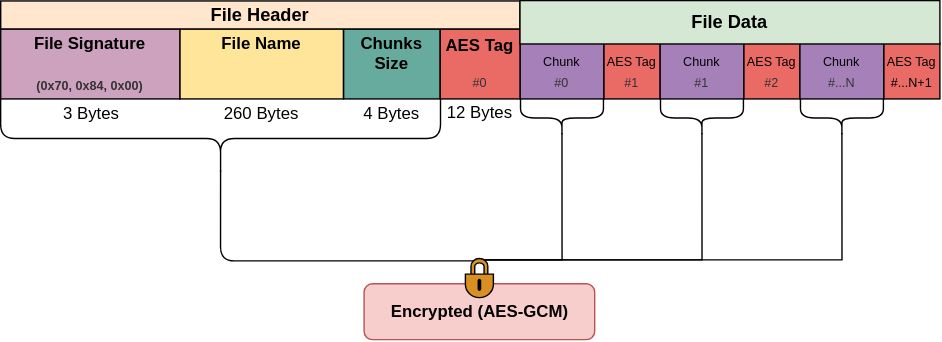
Earlier version of the draw.io export Resources/file-structure.svg (MichaelYochpaz/FileTransformer). Source tidied: cells renumbered, new cells last; positions are measured from the earlier drawing's top-left corner, leaving out a move shared by most shapes.
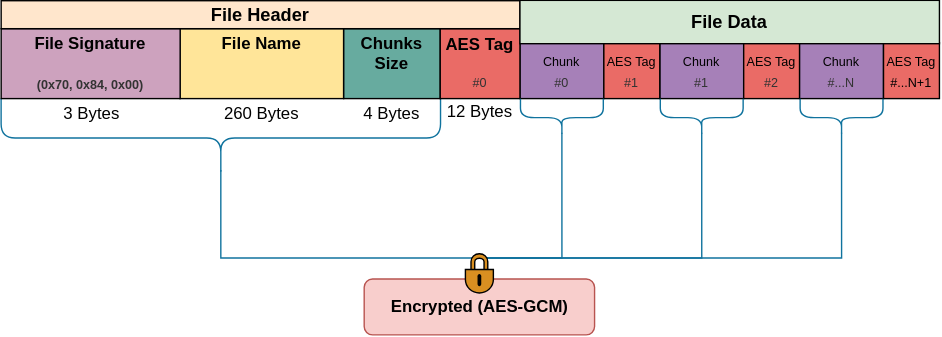
After the change.

Diff of the diagram source:
```diff
@@ -1,41 +1,28 @@
-<mxGraphModel>
+<mxGraphModel background="#FFFFFF">
   <root>
     <mxCell id="0" />
     <mxCell id="1" parent="0" />
-    <mxCell id="2" style="edgeStyle=orthogonalEdgeStyle;rounded=0;sketch=0;jettySize=auto;html=1;exitX=0.1;exitY=0.5;exitDx=0;exitDy=0;exitPerimeter=0;entryX=0.5;entryY=0;entryDx=0;entryDy=0;entryPerimeter=0;endArrow=none;endFill=0;strokeColor=#000000;fillColor=#F45B69;fontColor=#000000;" parent="1" edge="1" source="25">
-      <mxGeometry relative="1" as="geometry">
-        <mxPoint x="342" y="245" as="targetPoint" />
-        <Array as="points">
-          <mxPoint x="401" y="244" />
-          <mxPoint x="342" y="244" />
-        </Array>
-      </mxGeometry>
-    </mxCell>
+    <mxCell id="4" style="edgeStyle=orthogonalEdgeStyle;rounded=0;jettySize=auto;html=1;exitX=0.1;exitY=0.5;exitDx=0;exitDy=0;exitPerimeter=0;entryX=0.5;entryY=0;entryDx=0;entryDy=0;entryPerimeter=0;endArrow=none;endFill=0;fillColor=#b1ddf0;strokeColor=#10739e;" parent="1" edge="1" source="3" target="28">
+      <mxGeometry relative="1" as="geometry">
+        <Array as="points">
+          <mxPoint x="157" y="243" />
+        </Array>
+      </mxGeometry>
+    </mxCell>
-    <mxCell id="3" style="shape=curlyBracket;whiteSpace=wrap;html=1;rounded=1;rotation=-90;" parent="1" vertex="1">
+    <mxCell id="3" style="shape=curlyBracket;whiteSpace=wrap;html=1;rounded=1;rotation=-90;fillColor=#b1ddf0;strokeColor=#10739e;" parent="1" vertex="1">
       <mxGeometry x="128.6" y="0.1" width="57.1" height="314.2" as="geometry" />
     </mxCell>
-    <mxCell id="4" style="edgeStyle=orthogonalEdgeStyle;rounded=1;jumpStyle=none;jettySize=auto;html=1;exitX=0.1;exitY=0.5;exitDx=0;exitDy=0;exitPerimeter=0;entryX=0.5;entryY=0;entryDx=0;entryDy=0;entryPerimeter=0;endArrow=none;endFill=0;strokeColor=#000000;" parent="1" edge="1" source="3" target="28">
-      <mxGeometry relative="1" as="geometry">
-        <Array as="points">
-          <mxPoint x="206" y="244.8" />
-          <mxPoint x="300" y="244.8" />
-        </Array>
-      </mxGeometry>
-    </mxCell>
-    <mxCell id="5" value="Encrypted (AES-GCM)" style="rounded=1;whiteSpace=wrap;html=1;fillColor=#f8cecc;strokeColor=#b85450;fontStyle=1;" parent="1" vertex="1">
-      <mxGeometry x="259.6" y="261" width="164.8" height="40" as="geometry" />
-    </mxCell>
-    <mxCell id="6" style="edgeStyle=orthogonalEdgeStyle;rounded=0;sketch=0;jettySize=auto;html=1;exitX=0.1;exitY=0.5;exitDx=0;exitDy=0;exitPerimeter=0;entryX=0.5;entryY=0;entryDx=0;entryDy=0;entryPerimeter=0;strokeColor=#000000;fillColor=#F45B69;fontColor=#000000;endArrow=none;endFill=0;" parent="1" edge="1" source="24" target="28">
+    <mxCell id="6" style="edgeStyle=orthogonalEdgeStyle;rounded=0;sketch=0;jettySize=auto;html=1;exitX=0.1;exitY=0.5;exitDx=0;exitDy=0;exitPerimeter=0;entryX=0.5;entryY=0;entryDx=0;entryDy=0;entryPerimeter=0;strokeColor=#10739e;fillColor=#b1ddf0;fontColor=#000000;endArrow=none;endFill=0;" parent="1" edge="1" source="24" target="28">
       <mxGeometry relative="1" as="geometry">
         <Array as="points">
-          <mxPoint x="501" y="244" />
+          <mxPoint x="501" y="243" />
         </Array>
       </mxGeometry>
     </mxCell>
-    <mxCell id="7" style="edgeStyle=orthogonalEdgeStyle;rounded=0;sketch=0;jettySize=auto;html=1;exitX=0.1;exitY=0.5;exitDx=0;exitDy=0;exitPerimeter=0;entryX=0.5;entryY=0;entryDx=0;entryDy=0;entryPerimeter=0;strokeColor=#000000;fillColor=#F45B69;fontColor=#000000;endArrow=none;endFill=0;" parent="1" edge="1" source="23" target="28">
+    <mxCell id="7" style="edgeStyle=orthogonalEdgeStyle;rounded=0;sketch=0;jettySize=auto;html=1;exitX=0.1;exitY=0.5;exitDx=0;exitDy=0;exitPerimeter=0;entryX=0.5;entryY=0;entryDx=0;entryDy=0;entryPerimeter=0;strokeColor=#10739e;fillColor=#b1ddf0;fontColor=#000000;endArrow=none;endFill=0;" parent="1" edge="1" source="23" target="28">
       <mxGeometry relative="1" as="geometry">
         <Array as="points">
-          <mxPoint x="601" y="244" />
+          <mxPoint x="601" y="243" />
         </Array>
       </mxGeometry>
     </mxCell>
@@ -84,23 +71,36 @@
     <mxCell id="22" value="&lt;div&gt;&lt;font style=&quot;font-size: 9px&quot;&gt;AES Tag&lt;br&gt;&lt;font color=&quot;#333333&quot;&gt;#1&lt;/font&gt;&lt;br&gt;&lt;/font&gt;&lt;/div&gt;" style="rounded=0;whiteSpace=wrap;html=1;strokeWidth=1;fillColor=#EA6B66;" parent="8" vertex="1">
       <mxGeometry x="431" y="30.3" width="40" height="40" as="geometry" />
     </mxCell>
-    <mxCell id="23" style="shape=curlyBracket;whiteSpace=wrap;html=1;rounded=1;rotation=-90;" parent="8" vertex="1">
+    <mxCell id="23" style="shape=curlyBracket;whiteSpace=wrap;html=1;rounded=1;rotation=-90;fillColor=#b1ddf0;strokeColor=#10739e;" parent="8" vertex="1">
       <mxGeometry x="587.5" y="54.2" width="27" height="59.2" as="geometry" />
     </mxCell>
-    <mxCell id="24" style="shape=curlyBracket;whiteSpace=wrap;html=1;rounded=1;rotation=-90;" parent="8" vertex="1">
+    <mxCell id="24" style="shape=curlyBracket;whiteSpace=wrap;html=1;rounded=1;rotation=-90;fillColor=#b1ddf0;strokeColor=#10739e;" parent="8" vertex="1">
       <mxGeometry x="487.5" y="54.2" width="27" height="59.2" as="geometry" />
     </mxCell>
-    <mxCell id="25" style="shape=curlyBracket;whiteSpace=wrap;html=1;rounded=1;rotation=-90;" parent="8" vertex="1">
+    <mxCell id="25" style="shape=curlyBracket;whiteSpace=wrap;html=1;rounded=1;rotation=-90;fillColor=#b1ddf0;strokeColor=#10739e;" parent="8" vertex="1">
       <mxGeometry x="387.5" y="54.2" width="27" height="59.2" as="geometry" />
     </mxCell>
-    <mxCell id="26" value="&lt;font style=&quot;font-size: 13px&quot;&gt;File Header&lt;/font&gt;" style="rounded=0;whiteSpace=wrap;html=1;fontStyle=1;fillColor=#ffe6cc;" parent="8" vertex="1">
+    <mxCell id="26" value="&lt;font style=&quot;font-size: 13px&quot; face=&quot;Helvetica&quot;&gt;File Header&lt;/font&gt;" style="rounded=0;whiteSpace=wrap;html=1;fontStyle=1;fillColor=#ffe6cc;" parent="8" vertex="1">
       <mxGeometry y="0.3" width="371" height="20" as="geometry" />
     </mxCell>
-    <mxCell id="27" value="&lt;font style=&quot;font-size: 13px&quot;&gt;File Data&lt;/font&gt;" style="rounded=0;whiteSpace=wrap;html=1;fontStyle=1;fillColor=#d5e8d4;" parent="8" vertex="1">
+    <mxCell id="27" value="&lt;font style=&quot;font-size: 13px&quot; face=&quot;Helvetica&quot;&gt;File Data&lt;/font&gt;" style="rounded=0;whiteSpace=wrap;html=1;fontStyle=1;fillColor=#d5e8d4;" parent="8" vertex="1">
       <mxGeometry x="371" width="300" height="31" as="geometry" />
     </mxCell>
+    <mxCell id="29" style="edgeStyle=orthogonalEdgeStyle;rounded=0;jettySize=auto;html=1;exitX=0.1;exitY=0.5;exitDx=0;exitDy=0;exitPerimeter=0;entryX=0.5;entryY=0;entryDx=0;entryDy=0;entryPerimeter=0;endArrow=none;endFill=0;fillColor=#b1ddf0;strokeColor=#10739e;" parent="1" edge="1" source="25" target="28">
+      <mxGeometry relative="1" as="geometry">
+        <Array as="points">
+          <mxPoint x="401" y="243" />
+        </Array>
+      </mxGeometry>
+    </mxCell>
+    <mxCell id="30" style="group;" parent="1" vertex="1">
+      <mxGeometry x="259.6" y="240" width="164.8" height="58" as="geometry" />
+    </mxCell>
+    <mxCell id="5" value="Encrypted (AES-GCM)" style="rounded=1;whiteSpace=wrap;html=1;fillColor=#f8cecc;strokeColor=#b85450;fontStyle=1;" parent="30" vertex="1">
+      <mxGeometry y="18" width="164.8" height="40" as="geometry" />
+    </mxCell>
-    <mxCell id="28" style="outlineConnect=0;strokeWidth=1;html=1;align=center;fontSize=8;verticalLabelPosition=bottom;verticalAlign=top;shape=mxgraph.eip.durable_subscriber;fillColor=#D98F21;" parent="1" vertex="1">
-      <mxGeometry x="332" y="243" width="20" height="28" as="geometry" />
+    <mxCell id="28" style="outlineConnect=0;strokeWidth=1;html=1;align=center;fontSize=8;verticalLabelPosition=bottom;verticalAlign=top;shape=mxgraph.eip.durable_subscriber;fillColor=#D98F21;" parent="30" vertex="1">
+      <mxGeometry x="72.4" width="20" height="28" as="geometry" />
     </mxCell>
   </root>
 </mxGraphModel>
```
